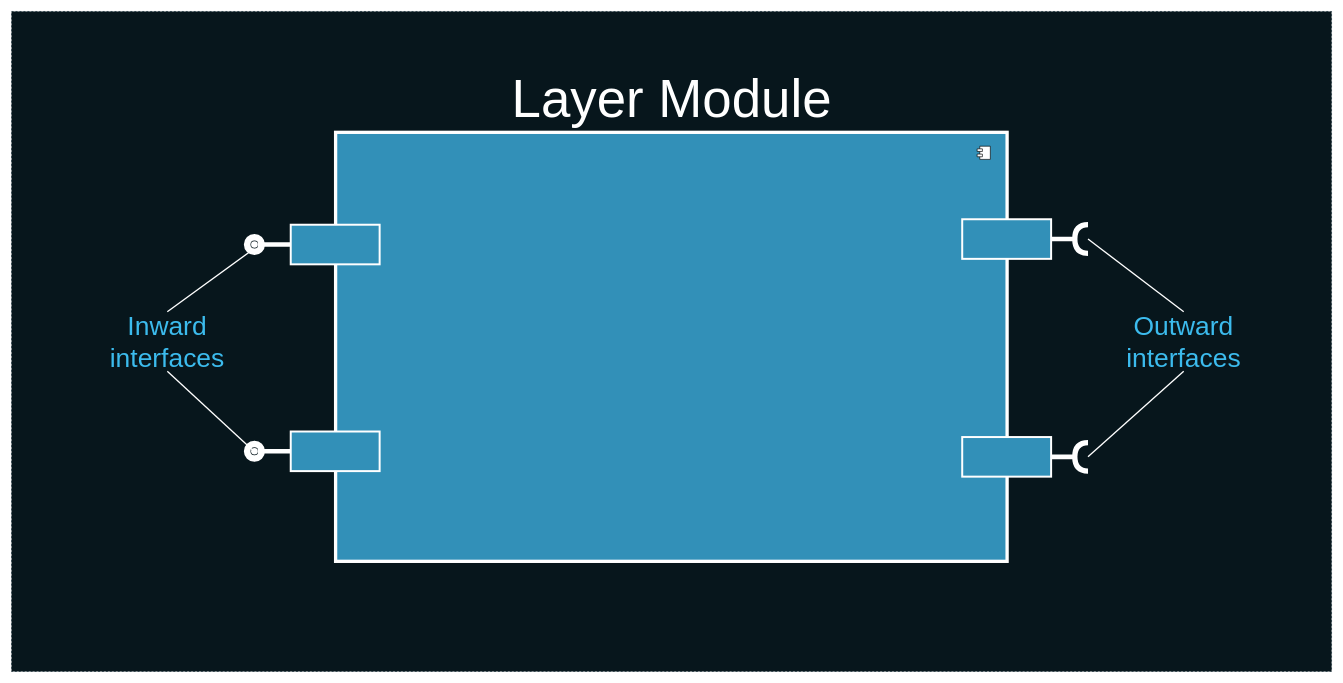
Before: deck/ru/diagrams/layerModule.drawio in AlexanderLapygin/ca-react-rest-api-starter, a draw.io diagram. Source tidied: cells renumbered, new cells numbered last; positions are measured from the earlier drawing's top-left corner, leaving out a move shared by most shapes. Both pictures are drawn from the tidied source at 66%, with x=0, y=0 at pixel (11, 11).
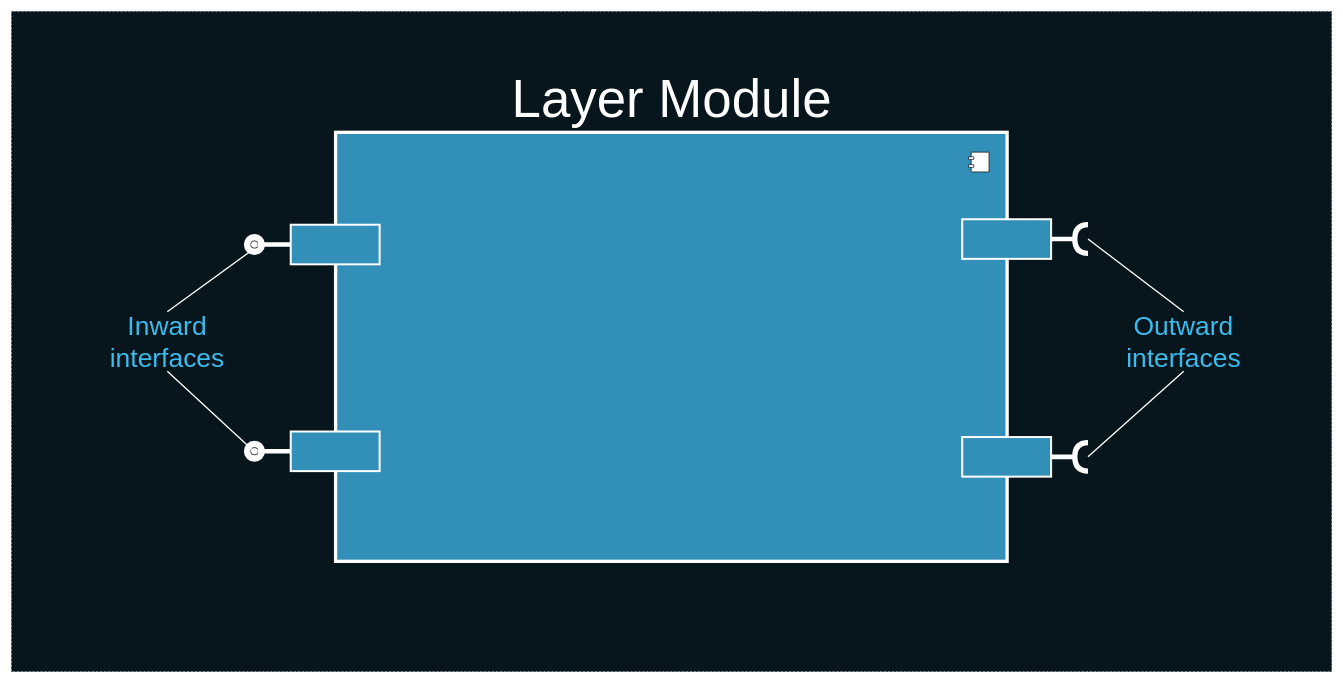
The same diagram, later.

The change refers to these unchanged cells:
```xml
<mxCell id="20" style="group;labelPosition=center;verticalLabelPosition=top;align=center;verticalAlign=bottom;" parent="1" vertex="1">
  <mxGeometry x="491" y="183" width="1084.1" height="650" as="geometry" />
</mxCell>
```

The edit, as a diff of the source:
```diff
@@
-    <mxCell id="25" style="shape=component;jettyWidth=8;jettyHeight=4;" parent="20" vertex="1">
-      <mxGeometry x="1" width="20" height="20" relative="1" as="geometry">
-        <mxPoint x="-112.1" y="21" as="offset" />
-      </mxGeometry>
-    </mxCell>
@@
+    <mxCell id="31" style="shape=component;jettyWidth=8;jettyHeight=4;" parent="20" vertex="1">
+      <mxGeometry x="959" y="30" width="31" height="30" as="geometry" />
+    </mxCell>
```
